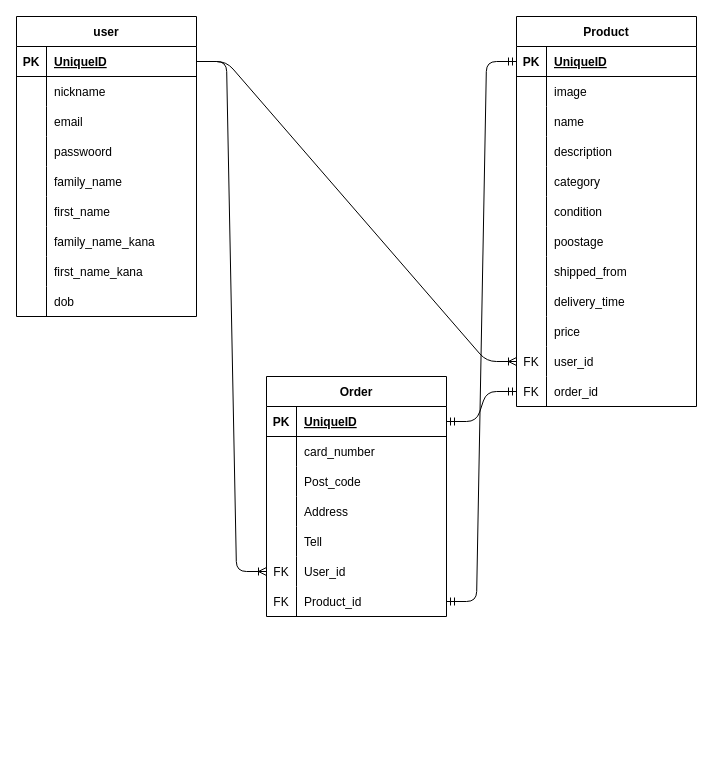
daisukeXIV/furima-40724 keeps this draw.io diagram as table.dio. Above is the earlier version. Source tidied: cells renumbered, new cells numbered last; positions are measured from the earlier drawing's top-left corner, leaving out a move shared by most shapes. Both pictures are drawn from the tidied source at 100%, with x=0, y=0 at pixel (16, 16).
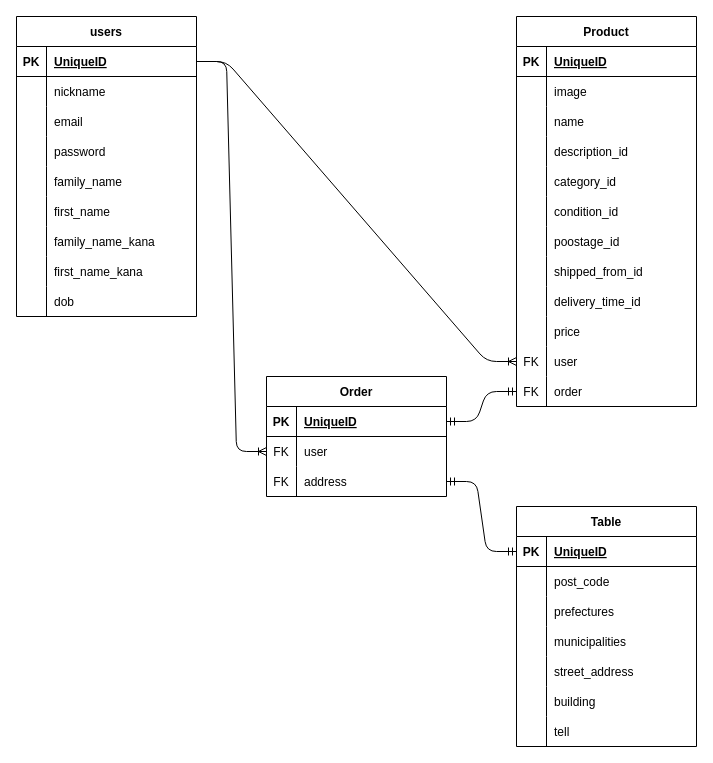
The same diagram, later.

Commit message (it also covers changes not shown here):
テーブル設計の修正1

Unchanged cells that the change refers to:
```xml
<mxCell id="12" style="shape=tableRow;horizontal=0;startSize=0;swimlaneHead=0;swimlaneBody=0;fillColor=none;top=0;left=0;right=0;bottom=0;" parent="2" vertex="1">
  <mxGeometry y="120" width="180" height="30" as="geometry" />
</mxCell>
<mxCell id="31" style="shape=tableRow;horizontal=0;startSize=0;swimlaneHead=0;swimlaneBody=0;fillColor=none;points=[[0,0.5],[1,0.5]];portConstraint=eastwest;top=0;left=0;right=0;bottom=1;" parent="30" vertex="1">
  <mxGeometry y="30" width="180" height="30" as="geometry" />
</mxCell>
<mxCell id="40" style="shape=tableRow;horizontal=0;startSize=0;swimlaneHead=0;swimlaneBody=0;fillColor=none;top=0;left=0;right=0;bottom=0;" parent="30" vertex="1">
  <mxGeometry y="120" width="180" height="30" as="geometry" />
</mxCell>
<mxCell id="43" style="shape=tableRow;horizontal=0;startSize=0;swimlaneHead=0;swimlaneBody=0;fillColor=none;top=0;left=0;right=0;bottom=0;" parent="30" vertex="1">
  <mxGeometry y="150" width="180" height="30" as="geometry" />
</mxCell>
<mxCell id="46" style="shape=tableRow;horizontal=0;startSize=0;swimlaneHead=0;swimlaneBody=0;fillColor=none;top=0;left=0;right=0;bottom=0;" parent="30" vertex="1">
  <mxGeometry y="180" width="180" height="30" as="geometry" />
</mxCell>
<mxCell id="49" style="shape=tableRow;horizontal=0;startSize=0;swimlaneHead=0;swimlaneBody=0;fillColor=none;top=0;left=0;right=0;bottom=0;" parent="30" vertex="1">
  <mxGeometry y="210" width="180" height="30" as="geometry" />
</mxCell>
<mxCell id="52" style="shape=tableRow;horizontal=0;startSize=0;swimlaneHead=0;swimlaneBody=0;fillColor=none;top=0;left=0;right=0;bottom=0;" parent="30" vertex="1">
  <mxGeometry y="240" width="180" height="30" as="geometry" />
</mxCell>
<mxCell id="55" style="shape=tableRow;horizontal=0;startSize=0;swimlaneHead=0;swimlaneBody=0;fillColor=none;top=0;left=0;right=0;bottom=0;" parent="30" vertex="1">
  <mxGeometry y="270" width="180" height="30" as="geometry" />
</mxCell>
<mxCell id="61" style="shape=tableRow;horizontal=0;startSize=0;swimlaneHead=0;swimlaneBody=0;fillColor=none;points=[[0,0.5],[1,0.5]];portConstraint=eastwest;top=0;left=0;right=0;bottom=0;" parent="30" vertex="1">
  <mxGeometry y="330" width="180" height="30" as="geometry" />
</mxCell>
<mxCell id="64" style="shape=tableRow;horizontal=0;startSize=0;swimlaneHead=0;swimlaneBody=0;fillColor=none;points=[[0,0.5],[1,0.5]];portConstraint=eastwest;top=0;left=0;right=0;bottom=0;" parent="30" vertex="1">
  <mxGeometry y="360" width="180" height="30" as="geometry" />
</mxCell>
```

Diff of the diagram source:
```diff
@@
-    <mxCell id="2" value="user" style="shape=table;startSize=30;childLayout=tableLayout;rowLines=0;fontStyle=1;align=center;" parent="1" vertex="1">
+    <mxCell id="2" value="users" style="shape=table;startSize=30;childLayout=tableLayout;rowLines=0;fontStyle=1;align=center;" parent="1" vertex="1">
       <mxGeometry width="180" height="300" as="geometry" />
     </mxCell>
@@
-    <mxCell id="14" value="passwoord" style="shape=partialRectangle;fillColor=none;top=0;left=0;bottom=0;right=0;align=left;spacingLeft=6;overflow=hidden;" parent="12" vertex="1">
+    <mxCell id="14" value="password" style="shape=partialRectangle;fillColor=none;top=0;left=0;bottom=0;right=0;align=left;spacingLeft=6;overflow=hidden;" parent="12" vertex="1">
       <mxGeometry x="30" width="150" height="30" as="geometry" />
     </mxCell>
@@
-    <mxCell id="42" value="description" style="shape=partialRectangle;fillColor=none;top=0;left=0;bottom=0;right=0;align=left;spacingLeft=6;overflow=hidden;" parent="40" vertex="1">
+    <mxCell id="42" value="description_id" style="shape=partialRectangle;fillColor=none;top=0;left=0;bottom=0;right=0;align=left;spacingLeft=6;overflow=hidden;" parent="40" vertex="1">
       <mxGeometry x="30" width="150" height="30" as="geometry" />
     </mxCell>
@@
-    <mxCell id="45" value="category" style="shape=partialRectangle;fillColor=none;top=0;left=0;bottom=0;right=0;align=left;spacingLeft=6;overflow=hidden;" parent="43" vertex="1">
+    <mxCell id="45" value="category_id" style="shape=partialRectangle;fillColor=none;top=0;left=0;bottom=0;right=0;align=left;spacingLeft=6;overflow=hidden;" parent="43" vertex="1">
       <mxGeometry x="30" width="150" height="30" as="geometry" />
     </mxCell>
@@
-    <mxCell id="48" value="condition" style="shape=partialRectangle;fillColor=none;top=0;left=0;bottom=0;right=0;align=left;spacingLeft=6;overflow=hidden;" parent="46" vertex="1">
+    <mxCell id="48" value="condition_id" style="shape=partialRectangle;fillColor=none;top=0;left=0;bottom=0;right=0;align=left;spacingLeft=6;overflow=hidden;" parent="46" vertex="1">
       <mxGeometry x="30" width="150" height="30" as="geometry" />
     </mxCell>
@@
-    <mxCell id="51" value="poostage" style="shape=partialRectangle;fillColor=none;top=0;left=0;bottom=0;right=0;align=left;spacingLeft=6;overflow=hidden;" parent="49" vertex="1">
+    <mxCell id="51" value="poostage_id" style="shape=partialRectangle;fillColor=none;top=0;left=0;bottom=0;right=0;align=left;spacingLeft=6;overflow=hidden;" parent="49" vertex="1">
       <mxGeometry x="30" width="150" height="30" as="geometry" />
     </mxCell>
@@
-    <mxCell id="54" value="shipped_from" style="shape=partialRectangle;fillColor=none;top=0;left=0;bottom=0;right=0;align=left;spacingLeft=6;overflow=hidden;" parent="52" vertex="1">
+    <mxCell id="54" value="shipped_from_id" style="shape=partialRectangle;fillColor=none;top=0;left=0;bottom=0;right=0;align=left;spacingLeft=6;overflow=hidden;" parent="52" vertex="1">
       <mxGeometry x="30" width="150" height="30" as="geometry" />
     </mxCell>
@@
-    <mxCell id="57" value="delivery_time" style="shape=partialRectangle;fillColor=none;top=0;left=0;bottom=0;right=0;align=left;spacingLeft=6;overflow=hidden;" parent="55" vertex="1">
+    <mxCell id="57" value="delivery_time_id" style="shape=partialRectangle;fillColor=none;top=0;left=0;bottom=0;right=0;align=left;spacingLeft=6;overflow=hidden;" parent="55" vertex="1">
       <mxGeometry x="30" width="150" height="30" as="geometry" />
     </mxCell>
@@
-    <mxCell id="63" value="user_id" style="shape=partialRectangle;fillColor=none;top=0;left=0;bottom=0;right=0;align=left;spacingLeft=6;fontStyle=0;overflow=hidden;" parent="61" vertex="1">
+    <mxCell id="63" value="user" style="shape=partialRectangle;fillColor=none;top=0;left=0;bottom=0;right=0;align=left;spacingLeft=6;fontStyle=0;overflow=hidden;" parent="61" vertex="1">
       <mxGeometry x="30" width="150" height="30" as="geometry" />
     </mxCell>
@@
-    <mxCell id="66" value="order_id" style="shape=partialRectangle;fillColor=none;top=0;left=0;bottom=0;right=0;align=left;spacingLeft=6;fontStyle=0;overflow=hidden;" parent="64" vertex="1">
+    <mxCell id="66" value="order" style="shape=partialRectangle;fillColor=none;top=0;left=0;bottom=0;right=0;align=left;spacingLeft=6;fontStyle=0;overflow=hidden;" parent="64" vertex="1">
       <mxGeometry x="30" width="150" height="30" as="geometry" />
     </mxCell>
@@
     <mxCell id="68" value="Order" style="shape=table;startSize=30;childLayout=tableLayout;rowLines=0;fontStyle=1;align=center;" parent="1" vertex="1">
-      <mxGeometry x="250" y="360" width="180" height="240" as="geometry" />
+      <mxGeometry x="250" y="360" width="180" height="120" as="geometry" />
     </mxCell>
@@
-    <mxCell id="72" style="shape=tableRow;horizontal=0;startSize=0;swimlaneHead=0;swimlaneBody=0;fillColor=none;top=0;left=0;right=0;bottom=0;" parent="68" vertex="1">
-      <mxGeometry y="60" width="180" height="30" as="geometry" />
-    </mxCell>
-    <mxCell id="73" style="shape=partialRectangle;fillColor=none;top=0;left=0;bottom=0;right=0;overflow=hidden;" parent="72" vertex="1">
-      <mxGeometry width="30" height="30" as="geometry" />
-    </mxCell>
-    <mxCell id="74" value="card_number" style="shape=partialRectangle;fillColor=none;top=0;left=0;bottom=0;right=0;align=left;spacingLeft=6;overflow=hidden;" parent="72" vertex="1">
-      <mxGeometry x="30" width="150" height="30" as="geometry" />
-    </mxCell>
-    <mxCell id="75" style="shape=tableRow;horizontal=0;startSize=0;swimlaneHead=0;swimlaneBody=0;fillColor=none;top=0;left=0;right=0;bottom=0;" parent="68" vertex="1">
-      <mxGeometry y="90" width="180" height="30" as="geometry" />
-    </mxCell>
-    <mxCell id="76" style="shape=partialRectangle;fillColor=none;top=0;left=0;bottom=0;right=0;overflow=hidden;" parent="75" vertex="1">
-      <mxGeometry width="30" height="30" as="geometry" />
-    </mxCell>
-    <mxCell id="77" value="Post_code" style="shape=partialRectangle;fillColor=none;top=0;left=0;bottom=0;right=0;align=left;spacingLeft=6;overflow=hidden;" parent="75" vertex="1">
-      <mxGeometry x="30" width="150" height="30" as="geometry" />
-    </mxCell>
-    <mxCell id="78" style="shape=tableRow;horizontal=0;startSize=0;swimlaneHead=0;swimlaneBody=0;fillColor=none;top=0;left=0;right=0;bottom=0;" parent="68" vertex="1">
-      <mxGeometry y="120" width="180" height="30" as="geometry" />
-    </mxCell>
-    <mxCell id="79" style="shape=partialRectangle;fillColor=none;top=0;left=0;bottom=0;right=0;overflow=hidden;" parent="78" vertex="1">
-      <mxGeometry width="30" height="30" as="geometry" />
-    </mxCell>
-    <mxCell id="80" value="Address" style="shape=partialRectangle;fillColor=none;top=0;left=0;bottom=0;right=0;align=left;spacingLeft=6;overflow=hidden;" parent="78" vertex="1">
-      <mxGeometry x="30" width="150" height="30" as="geometry" />
-    </mxCell>
-    <mxCell id="81" style="shape=tableRow;horizontal=0;startSize=0;swimlaneHead=0;swimlaneBody=0;fillColor=none;top=0;left=0;right=0;bottom=0;" parent="68" vertex="1">
-      <mxGeometry y="150" width="180" height="30" as="geometry" />
-    </mxCell>
-    <mxCell id="82" style="shape=partialRectangle;fillColor=none;top=0;left=0;bottom=0;right=0;overflow=hidden;" parent="81" vertex="1">
-      <mxGeometry width="30" height="30" as="geometry" />
-    </mxCell>
-    <mxCell id="83" value="Tell" style="shape=partialRectangle;fillColor=none;top=0;left=0;bottom=0;right=0;align=left;spacingLeft=6;overflow=hidden;" parent="81" vertex="1">
-      <mxGeometry x="30" width="150" height="30" as="geometry" />
-    </mxCell>
     <mxCell id="84" style="shape=tableRow;horizontal=0;startSize=0;swimlaneHead=0;swimlaneBody=0;fillColor=none;points=[[0,0.5],[1,0.5]];portConstraint=eastwest;top=0;left=0;right=0;bottom=0;" parent="68" vertex="1">
-      <mxGeometry y="180" width="180" height="30" as="geometry" />
+      <mxGeometry y="60" width="180" height="30" as="geometry" />
     </mxCell>
@@
-    <mxCell id="86" value="User_id" style="shape=partialRectangle;fillColor=none;top=0;left=0;bottom=0;right=0;align=left;spacingLeft=6;fontStyle=0;overflow=hidden;" parent="84" vertex="1">
+    <mxCell id="86" value="user" style="shape=partialRectangle;fillColor=none;top=0;left=0;bottom=0;right=0;align=left;spacingLeft=6;fontStyle=0;overflow=hidden;" parent="84" vertex="1">
       <mxGeometry x="30" width="150" height="30" as="geometry" />
     </mxCell>
-    <mxCell id="87" style="shape=tableRow;horizontal=0;startSize=0;swimlaneHead=0;swimlaneBody=0;fillColor=none;points=[[0,0.5],[1,0.5]];portConstraint=eastwest;top=0;left=0;right=0;bottom=0;" parent="68" vertex="1">
-      <mxGeometry y="210" width="180" height="30" as="geometry" />
-    </mxCell>
+    <mxCell id="93" style="shape=tableRow;horizontal=0;startSize=0;swimlaneHead=0;swimlaneBody=0;fillColor=none;points=[[0,0.5],[1,0.5]];portConstraint=eastwest;top=0;left=0;right=0;bottom=0;" parent="68" vertex="1">
+      <mxGeometry y="90" width="180" height="30" as="geometry" />
+    </mxCell>
-    <mxCell id="88" value="FK" style="shape=partialRectangle;fillColor=none;top=0;left=0;bottom=0;right=0;fontStyle=0;overflow=hidden;" parent="87" vertex="1">
+    <mxCell id="88" value="FK" style="shape=partialRectangle;fillColor=none;top=0;left=0;bottom=0;right=0;fontStyle=0;overflow=hidden;" parent="93" vertex="1">
       <mxGeometry width="30" height="30" as="geometry" />
     </mxCell>
-    <mxCell id="89" value="Product_id" style="shape=partialRectangle;fillColor=none;top=0;left=0;bottom=0;right=0;align=left;spacingLeft=6;fontStyle=0;overflow=hidden;" parent="87" vertex="1">
-      <mxGeometry x="30" width="150" height="30" as="geometry" />
-    </mxCell>
-    <mxCell id="90" style="edgeStyle=entityRelationEdgeStyle;fontSize=12;html=1;endArrow=ERmandOne;startArrow=ERmandOne;entryX=0;entryY=0.5;entryDx=0;entryDy=0;exitX=1;exitY=0.5;exitDx=0;exitDy=0;" parent="1" edge="1" source="87" target="31">
-      <mxGeometry relative="1" as="geometry" />
-    </mxCell>
+    <mxCell id="94" value="address" style="shape=partialRectangle;fillColor=none;top=0;left=0;bottom=0;right=0;align=left;spacingLeft=6;fontStyle=0;overflow=hidden;" parent="93" vertex="1">
+      <mxGeometry x="30" width="150" height="30" as="geometry" />
+    </mxCell>
@@
+    <mxCell id="95" value="Table" style="shape=table;startSize=30;childLayout=tableLayout;rowLines=0;fontStyle=1;align=center;" parent="1" vertex="1">
+      <mxGeometry x="500" y="490" width="180" height="240" as="geometry" />
+    </mxCell>
+    <mxCell id="96" style="shape=tableRow;horizontal=0;startSize=0;swimlaneHead=0;swimlaneBody=0;fillColor=none;points=[[0,0.5],[1,0.5]];portConstraint=eastwest;top=0;left=0;right=0;bottom=1;" parent="95" vertex="1">
+      <mxGeometry y="30" width="180" height="30" as="geometry" />
+    </mxCell>
+    <mxCell id="97" value="PK" style="shape=partialRectangle;fillColor=none;top=0;left=0;bottom=0;right=0;fontStyle=1;overflow=hidden;" parent="96" vertex="1">
+      <mxGeometry width="30" height="30" as="geometry" />
+    </mxCell>
+    <mxCell id="98" value="UniqueID" style="shape=partialRectangle;fillColor=none;top=0;left=0;bottom=0;right=0;align=left;spacingLeft=6;fontStyle=5;overflow=hidden;" parent="96" vertex="1">
+      <mxGeometry x="30" width="150" height="30" as="geometry" />
+    </mxCell>
+    <mxCell id="72" style="shape=tableRow;horizontal=0;startSize=0;swimlaneHead=0;swimlaneBody=0;fillColor=none;top=0;left=0;right=0;bottom=0;" parent="95" vertex="1">
+      <mxGeometry y="60" width="180" height="30" as="geometry" />
+    </mxCell>
+    <mxCell id="99" style="shape=partialRectangle;fillColor=none;top=0;left=0;bottom=0;right=0;overflow=hidden;" parent="72" vertex="1">
+      <mxGeometry width="30" height="30" as="geometry" />
+    </mxCell>
+    <mxCell id="100" value="post_code" style="shape=partialRectangle;fillColor=none;top=0;left=0;bottom=0;right=0;align=left;spacingLeft=6;overflow=hidden;" parent="72" vertex="1">
+      <mxGeometry x="30" width="150" height="30" as="geometry" />
+    </mxCell>
+    <mxCell id="101" style="shape=tableRow;horizontal=0;startSize=0;swimlaneHead=0;swimlaneBody=0;fillColor=none;top=0;left=0;right=0;bottom=0;" parent="95" vertex="1">
+      <mxGeometry y="90" width="180" height="30" as="geometry" />
+    </mxCell>
+    <mxCell id="102" style="shape=partialRectangle;fillColor=none;top=0;left=0;bottom=0;right=0;overflow=hidden;" parent="101" vertex="1">
+      <mxGeometry width="30" height="30" as="geometry" />
+    </mxCell>
+    <mxCell id="103" value="prefectures" style="shape=partialRectangle;fillColor=none;top=0;left=0;bottom=0;right=0;align=left;spacingLeft=6;overflow=hidden;" parent="101" vertex="1">
+      <mxGeometry x="30" width="150" height="30" as="geometry" />
+    </mxCell>
+    <mxCell id="78" style="shape=tableRow;horizontal=0;startSize=0;swimlaneHead=0;swimlaneBody=0;fillColor=none;top=0;left=0;right=0;bottom=0;" parent="95" vertex="1">
+      <mxGeometry y="120" width="180" height="30" as="geometry" />
+    </mxCell>
+    <mxCell id="104" style="shape=partialRectangle;fillColor=none;top=0;left=0;bottom=0;right=0;overflow=hidden;" parent="78" vertex="1">
+      <mxGeometry width="30" height="30" as="geometry" />
+    </mxCell>
+    <mxCell id="105" value="municipalities" style="shape=partialRectangle;fillColor=none;top=0;left=0;bottom=0;right=0;align=left;spacingLeft=6;overflow=hidden;" parent="78" vertex="1">
+      <mxGeometry x="30" width="150" height="30" as="geometry" />
+    </mxCell>
+    <mxCell id="81" style="shape=tableRow;horizontal=0;startSize=0;swimlaneHead=0;swimlaneBody=0;fillColor=none;top=0;left=0;right=0;bottom=0;" parent="95" vertex="1">
+      <mxGeometry y="150" width="180" height="30" as="geometry" />
+    </mxCell>
+    <mxCell id="106" style="shape=partialRectangle;fillColor=none;top=0;left=0;bottom=0;right=0;overflow=hidden;" parent="81" vertex="1">
+      <mxGeometry width="30" height="30" as="geometry" />
+    </mxCell>
+    <mxCell id="107" value="street_address" style="shape=partialRectangle;fillColor=none;top=0;left=0;bottom=0;right=0;align=left;spacingLeft=6;overflow=hidden;" parent="81" vertex="1">
+      <mxGeometry x="30" width="150" height="30" as="geometry" />
+    </mxCell>
+    <mxCell id="108" style="shape=tableRow;horizontal=0;startSize=0;swimlaneHead=0;swimlaneBody=0;fillColor=none;top=0;left=0;right=0;bottom=0;" parent="95" vertex="1">
+      <mxGeometry y="180" width="180" height="30" as="geometry" />
+    </mxCell>
+    <mxCell id="109" style="shape=partialRectangle;fillColor=none;top=0;left=0;bottom=0;right=0;overflow=hidden;" parent="108" vertex="1">
+      <mxGeometry width="30" height="30" as="geometry" />
+    </mxCell>
+    <mxCell id="110" value="building" style="shape=partialRectangle;fillColor=none;top=0;left=0;bottom=0;right=0;align=left;spacingLeft=6;overflow=hidden;" parent="108" vertex="1">
+      <mxGeometry x="30" width="150" height="30" as="geometry" />
+    </mxCell>
+    <mxCell id="87" style="shape=tableRow;horizontal=0;startSize=0;swimlaneHead=0;swimlaneBody=0;fillColor=none;points=[[0,0.5],[1,0.5]];portConstraint=eastwest;top=0;left=0;right=0;bottom=0;" parent="95" vertex="1">
+      <mxGeometry y="210" width="180" height="30" as="geometry" />
+    </mxCell>
+    <mxCell id="111" style="shape=partialRectangle;fillColor=none;top=0;left=0;bottom=0;right=0;overflow=hidden;" parent="87" vertex="1">
+      <mxGeometry width="30" height="30" as="geometry" />
+    </mxCell>
+    <mxCell id="112" value="tell" style="shape=partialRectangle;fillColor=none;top=0;left=0;bottom=0;right=0;align=left;spacingLeft=6;overflow=hidden;" parent="87" vertex="1">
+      <mxGeometry x="30" width="150" height="30" as="geometry" />
+    </mxCell>
+    <mxCell id="113" style="edgeStyle=entityRelationEdgeStyle;fontSize=12;html=1;endArrow=ERmandOne;startArrow=ERmandOne;exitX=1;exitY=0.5;exitDx=0;exitDy=0;entryX=0;entryY=0.5;entryDx=0;entryDy=0;" parent="1" edge="1" source="93" target="96">
+      <mxGeometry relative="1" as="geometry" />
+    </mxCell>
```
